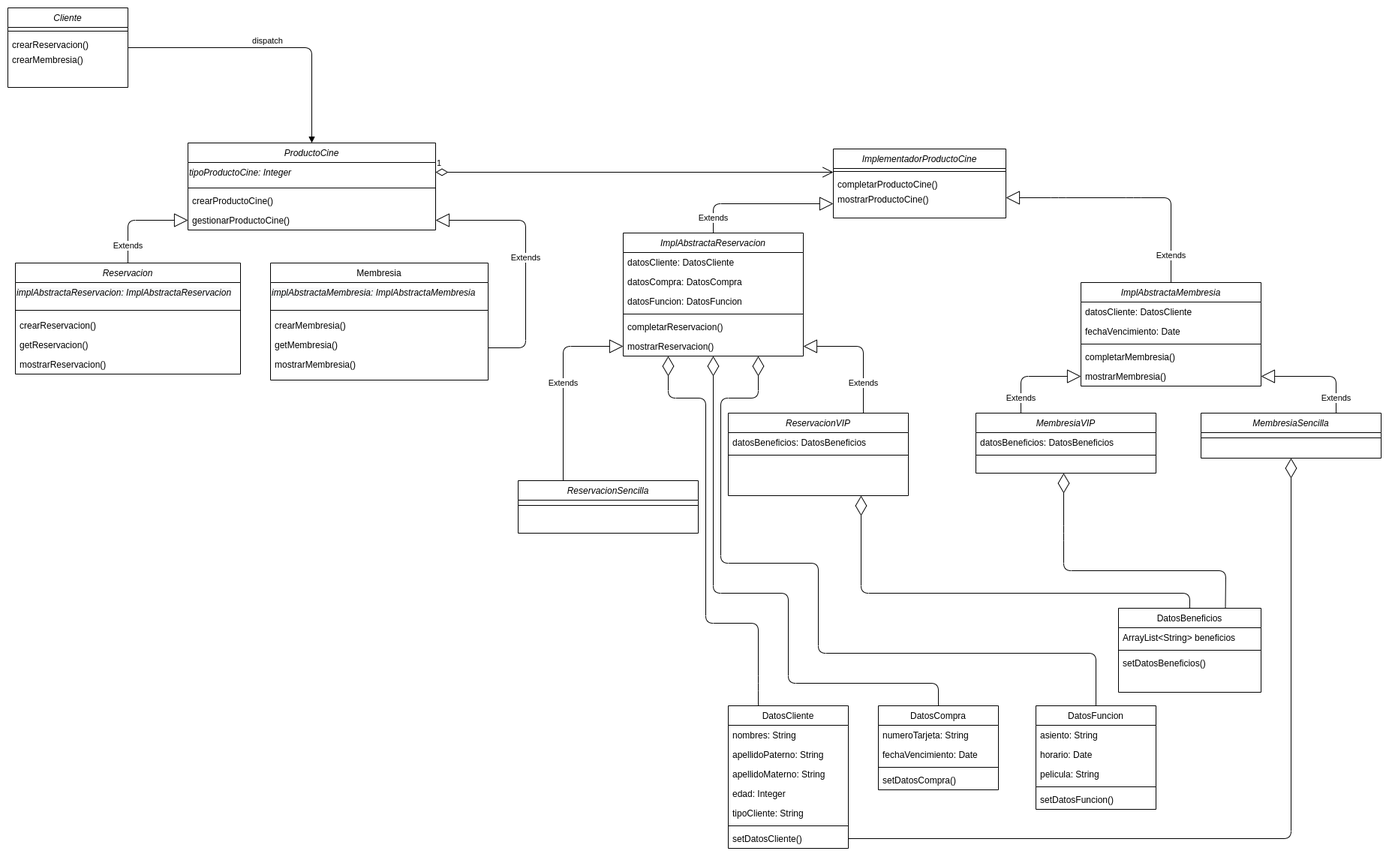
Josemarialanda/PDAS-proyecto-final keeps this draw.io diagram as diagramas/BRIDGE_WHOLE_PART/png/diagrama de clase.png. Above is the earlier version. Source tidied: cells renumbered, new cells last; positions are measured from the earlier drawing's top-left corner, leaving out a move shared by most shapes.
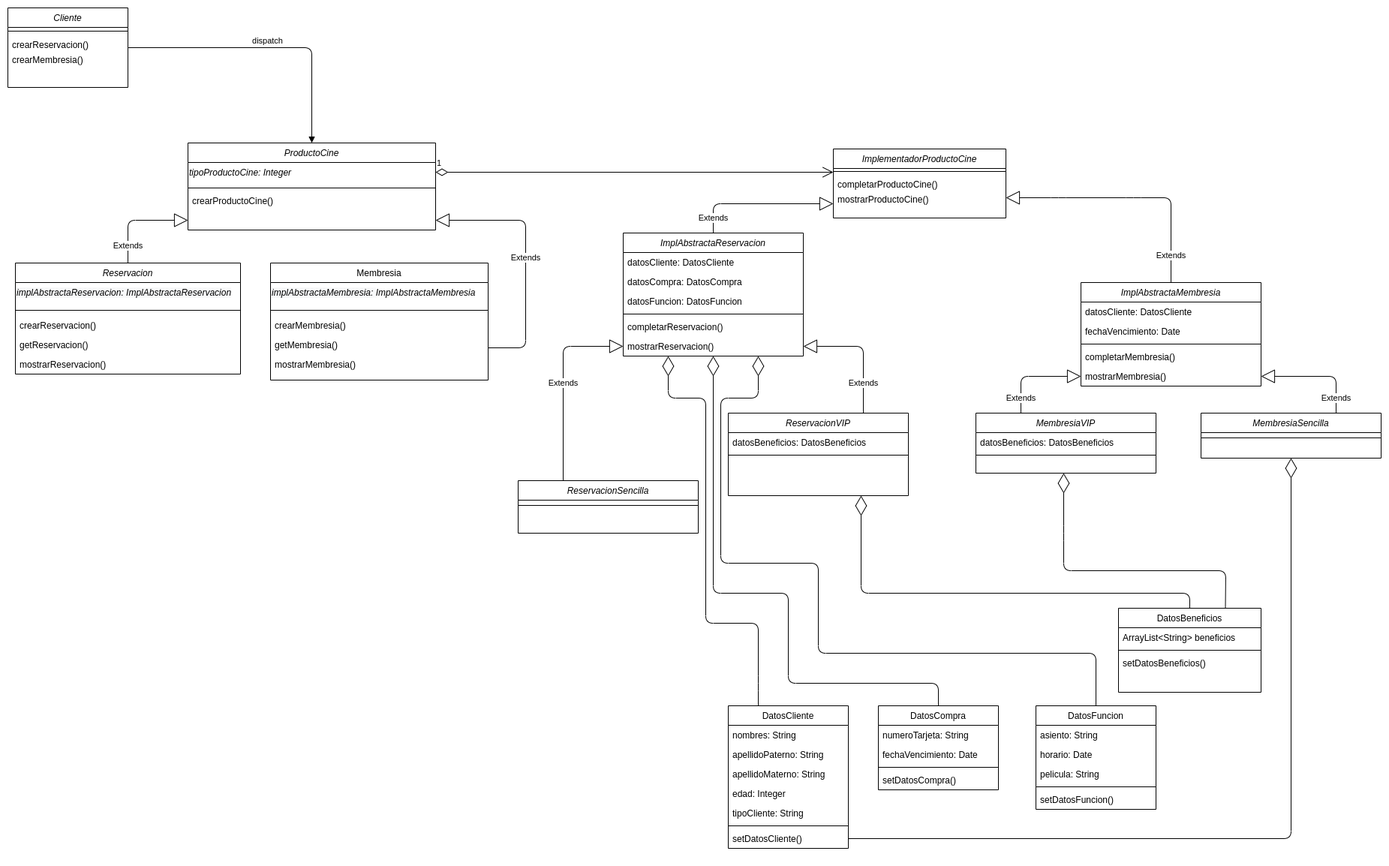
The same file after the commit.

Diff of the diagram source:
```diff
@@ -26,9 +26,6 @@
     <mxCell id="9" value="crearProductoCine()" style="text;align=left;verticalAlign=top;spacingLeft=4;spacingRight=4;overflow=hidden;" parent="6" vertex="1">
       <mxGeometry y="64" width="330" height="26" as="geometry" />
     </mxCell>
-    <mxCell id="10" value="gestionarProductoCine()" style="text;align=left;verticalAlign=top;spacingLeft=4;spacingRight=4;overflow=hidden;points=[[0,0.5],[1,0.5]];portConstraint=eastwest;" parent="6" vertex="1">
-      <mxGeometry y="90" width="330" height="26" as="geometry" />
-    </mxCell>
     <mxCell id="11" value="Reservacion" style="swimlane;fontStyle=2;align=center;verticalAlign=top;horizontal=1;startSize=26;rounded=0;shadow=0;strokeWidth=1;" parent="1" vertex="1">
       <mxGeometry x="10" y="340" width="300" height="148" as="geometry" />
     </mxCell>
@@ -122,8 +119,9 @@
     <mxCell id="41" value="mostrarMembresia()" style="text;align=left;verticalAlign=top;spacingLeft=4;spacingRight=4;overflow=hidden;" parent="36" vertex="1">
       <mxGeometry y="122" width="290" height="26" as="geometry" />
     </mxCell>
-    <mxCell id="42" value="Extends" style="endArrow=block;endSize=16;endFill=0;html=1;entryX=0;entryY=0.5;entryDx=0;entryDy=0;exitX=0.5;exitY=0;exitDx=0;exitDy=0;" parent="1" edge="1" source="11" target="10">
+    <mxCell id="42" value="Extends" style="endArrow=block;endSize=16;endFill=0;html=1;entryX=0;entryY=0.5;entryDx=0;entryDy=0;exitX=0.5;exitY=0;exitDx=0;exitDy=0;" parent="1" edge="1" source="11">
       <mxGeometry x="-0.66" relative="1" as="geometry">
+        <mxPoint x="240" y="283" as="targetPoint" />
         <Array as="points">
           <mxPoint x="160" y="283" />
         </Array>
@@ -235,9 +233,10 @@
     <mxCell id="72" style="line;html=1;strokeWidth=1;align=left;verticalAlign=middle;spacingTop=-1;spacingLeft=3;spacingRight=3;labelPosition=right;" parent="70" vertex="1">
       <mxGeometry y="52" width="240" height="8" as="geometry" />
     </mxCell>
-    <mxCell id="73" value="Extends" style="endArrow=block;endSize=16;endFill=0;html=1;entryX=1;entryY=0.5;entryDx=0;entryDy=0;exitX=1;exitY=0.5;exitDx=0;exitDy=0;" parent="1" edge="1" target="10">
+    <mxCell id="73" value="Extends" style="endArrow=block;endSize=16;endFill=0;html=1;entryX=1;entryY=0.5;entryDx=0;entryDy=0;exitX=1;exitY=0.5;exitDx=0;exitDy=0;" parent="1" edge="1">
       <mxGeometry relative="1" as="geometry">
         <mxPoint x="640" y="453" as="sourcePoint" />
+        <mxPoint x="570" y="283" as="targetPoint" />
         <Array as="points">
           <mxPoint x="690" y="453" />
           <mxPoint x="690" y="283" />
```
